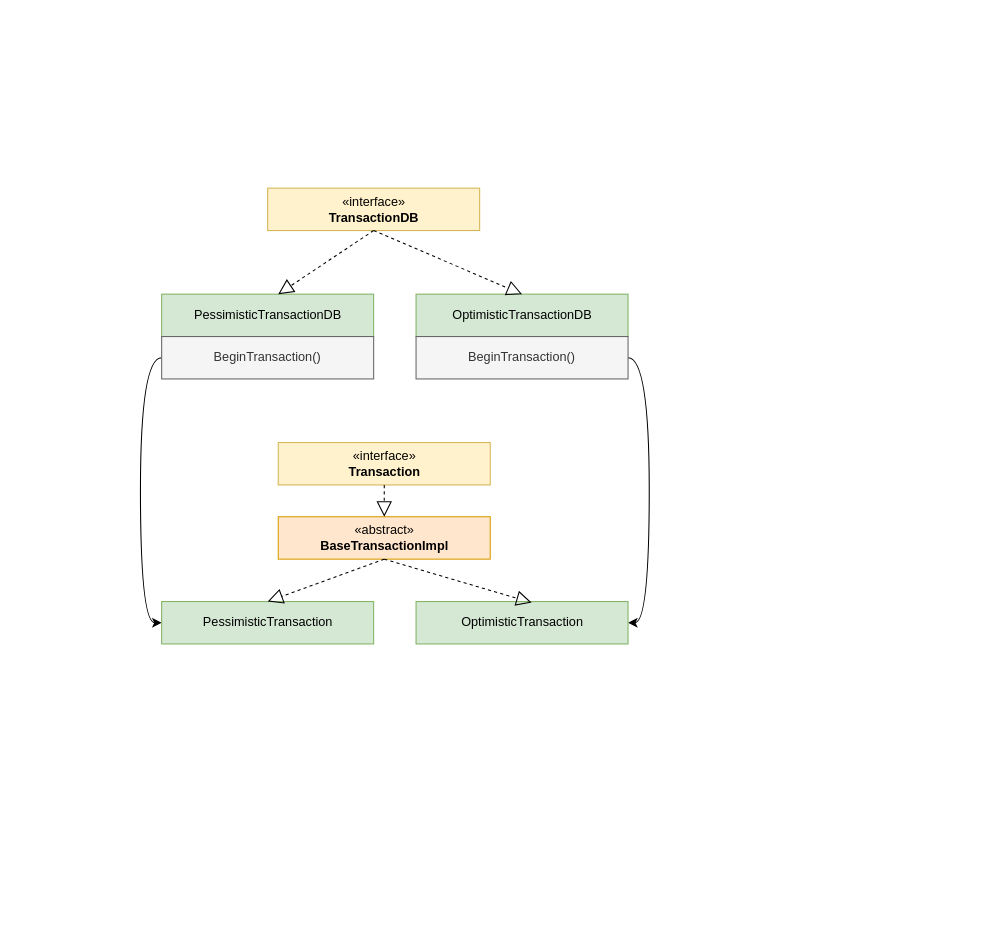
The draw.io diagram images/rocksdb-txn.drawio in flaneur2020/flaneur2020.github.io, before the edit. Source tidied: cells renumbered, new cells numbered last; positions are measured from the earlier drawing's top-left corner, leaving out a move shared by most shapes. Both pictures are drawn from the tidied source at 106%, with x=0, y=0 at pixel (161, 188).
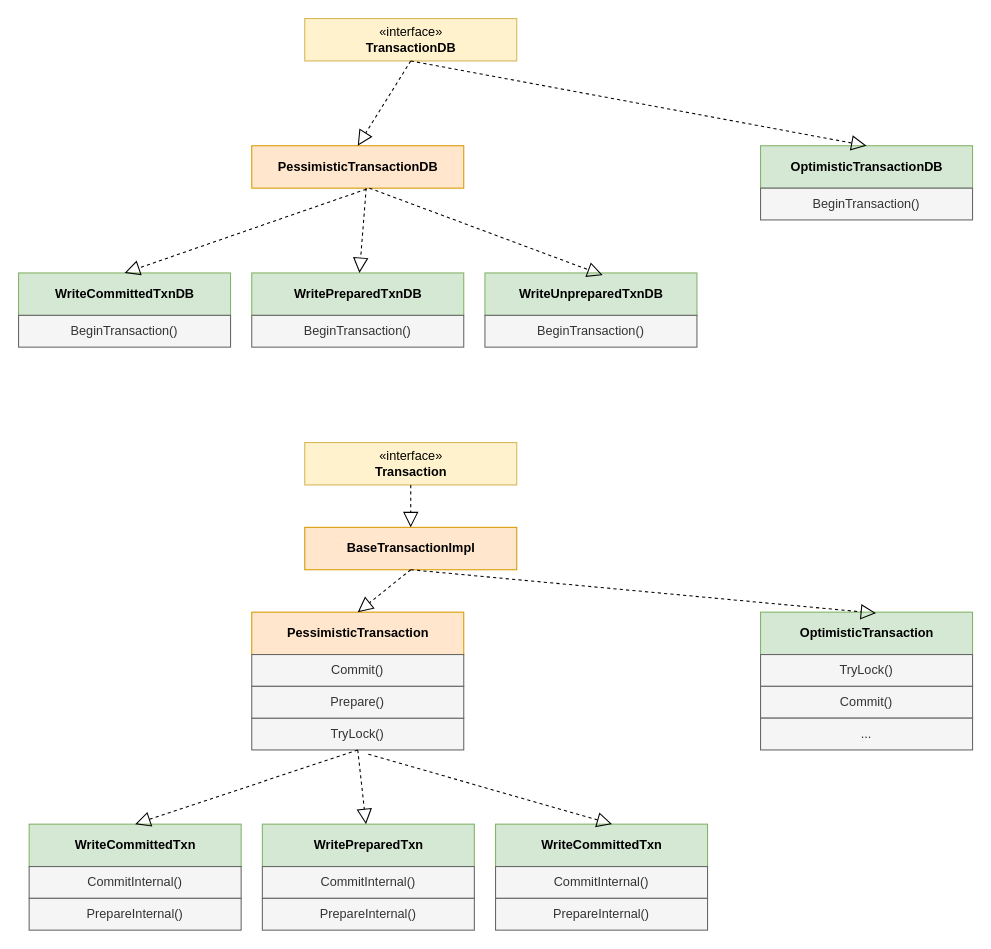
Above is the later version.

Change to the diagram source:
```diff
@@
     <mxCell id="2" value="«interface»&lt;br&gt;&lt;b&gt;TransactionDB&lt;/b&gt;" style="html=1;fillColor=#fff2cc;strokeColor=#d6b656;" parent="1" vertex="1">
-      <mxGeometry x="100" width="200" height="40" as="geometry" />
+      <mxGeometry x="135" y="-160" width="200" height="40" as="geometry" />
     </mxCell>
-    <mxCell id="3" value="PessimisticTransactionDB " style="html=1;fillColor=#d5e8d4;strokeColor=#82b366;" parent="1" vertex="1">
-      <mxGeometry y="100" width="200" height="40" as="geometry" />
+    <mxCell id="3" value="&lt;b&gt;PessimisticTransactionDB &lt;/b&gt;" style="html=1;fillColor=#ffe6cc;strokeColor=#d79b00;" parent="1" vertex="1">
+      <mxGeometry x="85" y="-40" width="200" height="40" as="geometry" />
     </mxCell>
-    <mxCell id="4" value="OptimisticTransactionDB " style="html=1;fillColor=#d5e8d4;strokeColor=#82b366;" parent="1" vertex="1">
-      <mxGeometry x="240" y="100" width="200" height="40" as="geometry" />
+    <mxCell id="4" value="OptimisticTransactionDB " style="html=1;fillColor=#d5e8d4;strokeColor=#82b366;fontStyle=1;" parent="1" vertex="1">
+      <mxGeometry x="565" y="-40" width="200" height="40" as="geometry" />
     </mxCell>
-    <mxCell id="5" style="edgeStyle=orthogonalEdgeStyle;curved=1;jettySize=auto;html=1;exitX=0;exitY=0.5;exitDx=0;exitDy=0;entryX=0;entryY=0.5;entryDx=0;entryDy=0;" parent="1" edge="1" source="6" target="9">
-      <mxGeometry relative="1" as="geometry" />
-    </mxCell>
-    <mxCell id="6" value="BeginTransaction()" style="rounded=0;whiteSpace=wrap;html=1;fillColor=#f5f5f5;strokeColor=#666666;fontColor=#333333;" parent="1" vertex="1">
-      <mxGeometry y="140" width="200" height="40" as="geometry" />
-    </mxCell>
-    <mxCell id="7" style="edgeStyle=orthogonalEdgeStyle;curved=1;jettySize=auto;html=1;exitX=1;exitY=0.5;exitDx=0;exitDy=0;entryX=1;entryY=0.5;entryDx=0;entryDy=0;" parent="1" edge="1" source="8" target="10">
-      <mxGeometry relative="1" as="geometry" />
-    </mxCell>
     <mxCell id="8" value="BeginTransaction()" style="rounded=0;whiteSpace=wrap;html=1;fillColor=#f5f5f5;strokeColor=#666666;fontColor=#333333;" parent="1" vertex="1">
-      <mxGeometry x="240" y="140" width="200" height="40" as="geometry" />
+      <mxGeometry x="565" width="200" height="30" as="geometry" />
     </mxCell>
-    <mxCell id="9" value="PessimisticTransaction" style="html=1;fillColor=#d5e8d4;strokeColor=#82b366;" parent="1" vertex="1">
-      <mxGeometry y="390" width="200" height="40" as="geometry" />
+    <mxCell id="9" value="PessimisticTransaction" style="html=1;fillColor=#ffe6cc;strokeColor=#d79b00;fontStyle=1;" parent="1" vertex="1">
+      <mxGeometry x="85" y="400" width="200" height="40" as="geometry" />
     </mxCell>
-    <mxCell id="10" value="OptimisticTransaction" style="html=1;fillColor=#d5e8d4;strokeColor=#82b366;" parent="1" vertex="1">
-      <mxGeometry x="240" y="390" width="200" height="40" as="geometry" />
+    <mxCell id="10" value="OptimisticTransaction" style="html=1;fillColor=#d5e8d4;strokeColor=#82b366;fontStyle=1;" parent="1" vertex="1">
+      <mxGeometry x="565" y="400" width="200" height="40" as="geometry" />
     </mxCell>
     <mxCell id="11" value="«interface»&lt;br&gt;&lt;b&gt;Transaction&lt;/b&gt;" style="html=1;fillColor=#fff2cc;strokeColor=#d6b656;" parent="1" vertex="1">
-      <mxGeometry x="110" y="240" width="200" height="40" as="geometry" />
+      <mxGeometry x="135" y="240" width="200" height="40" as="geometry" />
     </mxCell>
-    <mxCell id="12" value="«abstract»&lt;br&gt;&lt;b&gt;BaseTransactionImpl&lt;/b&gt;" style="html=1;fillColor=#ffe6cc;strokeColor=#d79b00;" parent="1" vertex="1">
-      <mxGeometry x="110" y="310" width="200" height="40" as="geometry" />
+    <mxCell id="12" value="&lt;b&gt;BaseTransactionImpl&lt;/b&gt;" style="html=1;fillColor=#ffe6cc;strokeColor=#d79b00;" parent="1" vertex="1">
+      <mxGeometry x="135" y="320" width="200" height="40" as="geometry" />
     </mxCell>
-    <mxCell id="13" style="endArrow=block;dashed=1;endFill=0;endSize=12;html=1;exitX=0.5;exitY=1;exitDx=0;exitDy=0;" parent="1" edge="1" source="2">
-      <mxGeometry relative="1" as="geometry">
-        <mxPoint x="110" y="100" as="targetPoint" />
-      </mxGeometry>
+    <mxCell id="13" style="endArrow=block;dashed=1;endFill=0;endSize=12;html=1;exitX=0.5;exitY=1;exitDx=0;exitDy=0;entryX=0.5;entryY=0;entryDx=0;entryDy=0;" parent="1" edge="1" source="2" target="3">
+      <mxGeometry relative="1" as="geometry" />
     </mxCell>
@@
+    <mxCell id="18" value="TryLock()" style="rounded=0;whiteSpace=wrap;html=1;fillColor=#f5f5f5;strokeColor=#666666;fontColor=#333333;" parent="1" vertex="1">
+      <mxGeometry x="565" y="440" width="200" height="30" as="geometry" />
+    </mxCell>
+    <mxCell id="19" value="Commit()" style="rounded=0;whiteSpace=wrap;html=1;fillColor=#f5f5f5;strokeColor=#666666;fontColor=#333333;" parent="1" vertex="1">
+      <mxGeometry x="565" y="470" width="200" height="30" as="geometry" />
+    </mxCell>
+    <mxCell id="20" value="..." style="rounded=0;whiteSpace=wrap;html=1;fillColor=#f5f5f5;strokeColor=#666666;fontColor=#333333;" parent="1" vertex="1">
+      <mxGeometry x="565" y="500" width="200" height="30" as="geometry" />
+    </mxCell>
+    <mxCell id="21" value="WriteCommittedTxnDB" style="html=1;fillColor=#d5e8d4;strokeColor=#82b366;fontStyle=1;" parent="1" vertex="1">
+      <mxGeometry x="-135" y="80" width="200" height="40" as="geometry" />
+    </mxCell>
+    <mxCell id="22" value="TryLock()" style="rounded=0;whiteSpace=wrap;html=1;fillColor=#f5f5f5;strokeColor=#666666;fontColor=#333333;" parent="1" vertex="1">
+      <mxGeometry x="85" y="500" width="200" height="30" as="geometry" />
+    </mxCell>
+    <mxCell id="23" value="BeginTransaction()" style="rounded=0;whiteSpace=wrap;html=1;fillColor=#f5f5f5;strokeColor=#666666;fontColor=#333333;" parent="1" vertex="1">
+      <mxGeometry x="-135" y="120" width="200" height="30" as="geometry" />
+    </mxCell>
+    <mxCell id="24" value="WritePreparedTxn" style="html=1;fillColor=#d5e8d4;strokeColor=#82b366;fontStyle=1;" parent="1" vertex="1">
+      <mxGeometry x="95" y="600" width="200" height="40" as="geometry" />
+    </mxCell>
+    <mxCell id="25" value="CommitInternal()" style="rounded=0;whiteSpace=wrap;html=1;fillColor=#f5f5f5;strokeColor=#666666;fontColor=#333333;" parent="1" vertex="1">
+      <mxGeometry x="95" y="640" width="200" height="30" as="geometry" />
+    </mxCell>
+    <mxCell id="26" value="WritePreparedTxnDB" style="html=1;fillColor=#d5e8d4;strokeColor=#82b366;fontStyle=1;" parent="1" vertex="1">
+      <mxGeometry x="85" y="80" width="200" height="40" as="geometry" />
+    </mxCell>
+    <mxCell id="27" value="BeginTransaction()" style="rounded=0;whiteSpace=wrap;html=1;fillColor=#f5f5f5;strokeColor=#666666;fontColor=#333333;" parent="1" vertex="1">
+      <mxGeometry x="85" y="120" width="200" height="30" as="geometry" />
+    </mxCell>
+    <mxCell id="28" style="endArrow=block;dashed=1;endFill=0;endSize=12;html=1;exitX=0.54;exitY=1.025;exitDx=0;exitDy=0;exitPerimeter=0;entryX=0.5;entryY=0;entryDx=0;entryDy=0;" parent="1" edge="1" source="3" target="21">
+      <mxGeometry relative="1" as="geometry" />
+    </mxCell>
+    <mxCell id="29" value="WriteUnpreparedTxnDB" style="html=1;fillColor=#d5e8d4;strokeColor=#82b366;fontStyle=1;" parent="1" vertex="1">
+      <mxGeometry x="305" y="80" width="200" height="40" as="geometry" />
+    </mxCell>
+    <mxCell id="30" value="BeginTransaction()" style="rounded=0;whiteSpace=wrap;html=1;fillColor=#f5f5f5;strokeColor=#666666;fontColor=#333333;" parent="1" vertex="1">
+      <mxGeometry x="305" y="120" width="200" height="30" as="geometry" />
+    </mxCell>
+    <mxCell id="31" style="endArrow=block;dashed=1;endFill=0;endSize=12;html=1;" parent="1" edge="1" target="26">
+      <mxGeometry relative="1" as="geometry">
+        <mxPoint x="193" as="sourcePoint" />
+      </mxGeometry>
+    </mxCell>
+    <mxCell id="32" style="endArrow=block;dashed=1;endFill=0;endSize=12;html=1;entryX=0.555;entryY=0.05;entryDx=0;entryDy=0;entryPerimeter=0;exitX=0.555;exitY=1;exitDx=0;exitDy=0;exitPerimeter=0;" parent="1" edge="1" source="3" target="29">
+      <mxGeometry relative="1" as="geometry" />
+    </mxCell>
+    <mxCell id="33" style="endArrow=block;dashed=1;endFill=0;endSize=12;html=1;exitX=0.5;exitY=1;exitDx=0;exitDy=0;" parent="1" edge="1" source="22" target="24">
+      <mxGeometry relative="1" as="geometry" />
+    </mxCell>
+    <mxCell id="34" value="WriteCommittedTxn" style="html=1;fillColor=#d5e8d4;strokeColor=#82b366;fontStyle=1;" parent="1" vertex="1">
+      <mxGeometry x="-125" y="600" width="200" height="40" as="geometry" />
+    </mxCell>
+    <mxCell id="35" value="Commit()" style="rounded=0;whiteSpace=wrap;html=1;fillColor=#f5f5f5;strokeColor=#666666;fontColor=#333333;" parent="1" vertex="1">
+      <mxGeometry x="85" y="440" width="200" height="30" as="geometry" />
+    </mxCell>
+    <mxCell id="36" style="endArrow=block;dashed=1;endFill=0;endSize=12;html=1;exitX=0.5;exitY=1;exitDx=0;exitDy=0;entryX=0.5;entryY=0;entryDx=0;entryDy=0;" parent="1" edge="1" source="22" target="34">
+      <mxGeometry relative="1" as="geometry" />
+    </mxCell>
+    <mxCell id="37" value="WriteCommittedTxn" style="html=1;fillColor=#d5e8d4;strokeColor=#82b366;fontStyle=1;" parent="1" vertex="1">
+      <mxGeometry x="315" y="600" width="200" height="40" as="geometry" />
+    </mxCell>
+    <mxCell id="38" value="CommitInternal()" style="rounded=0;whiteSpace=wrap;html=1;fillColor=#f5f5f5;strokeColor=#666666;fontColor=#333333;" parent="1" vertex="1">
+      <mxGeometry x="315" y="640" width="200" height="30" as="geometry" />
+    </mxCell>
+    <mxCell id="39" style="endArrow=block;dashed=1;endFill=0;endSize=12;html=1;entryX=0.55;entryY=0;entryDx=0;entryDy=0;entryPerimeter=0;exitX=0.55;exitY=1.133;exitDx=0;exitDy=0;exitPerimeter=0;" parent="1" edge="1" source="22" target="37">
+      <mxGeometry relative="1" as="geometry" />
+    </mxCell>
+    <mxCell id="40" value="CommitInternal()" style="rounded=0;whiteSpace=wrap;html=1;fillColor=#f5f5f5;strokeColor=#666666;fontColor=#333333;" parent="1" vertex="1">
+      <mxGeometry x="-125" y="640" width="200" height="30" as="geometry" />
+    </mxCell>
+    <mxCell id="41" value="Prepare()" style="rounded=0;whiteSpace=wrap;html=1;fillColor=#f5f5f5;strokeColor=#666666;fontColor=#333333;" parent="1" vertex="1">
+      <mxGeometry x="85" y="470" width="200" height="30" as="geometry" />
+    </mxCell>
+    <mxCell id="42" value="PrepareInternal()" style="rounded=0;whiteSpace=wrap;html=1;fillColor=#f5f5f5;strokeColor=#666666;fontColor=#333333;" parent="1" vertex="1">
+      <mxGeometry x="-125" y="670" width="200" height="30" as="geometry" />
+    </mxCell>
+    <mxCell id="43" value="PrepareInternal()" style="rounded=0;whiteSpace=wrap;html=1;fillColor=#f5f5f5;strokeColor=#666666;fontColor=#333333;" parent="1" vertex="1">
+      <mxGeometry x="95" y="670" width="200" height="30" as="geometry" />
+    </mxCell>
+    <mxCell id="44" value="PrepareInternal()" style="rounded=0;whiteSpace=wrap;html=1;fillColor=#f5f5f5;strokeColor=#666666;fontColor=#333333;" parent="1" vertex="1">
+      <mxGeometry x="315" y="670" width="200" height="30" as="geometry" />
+    </mxCell>
```
